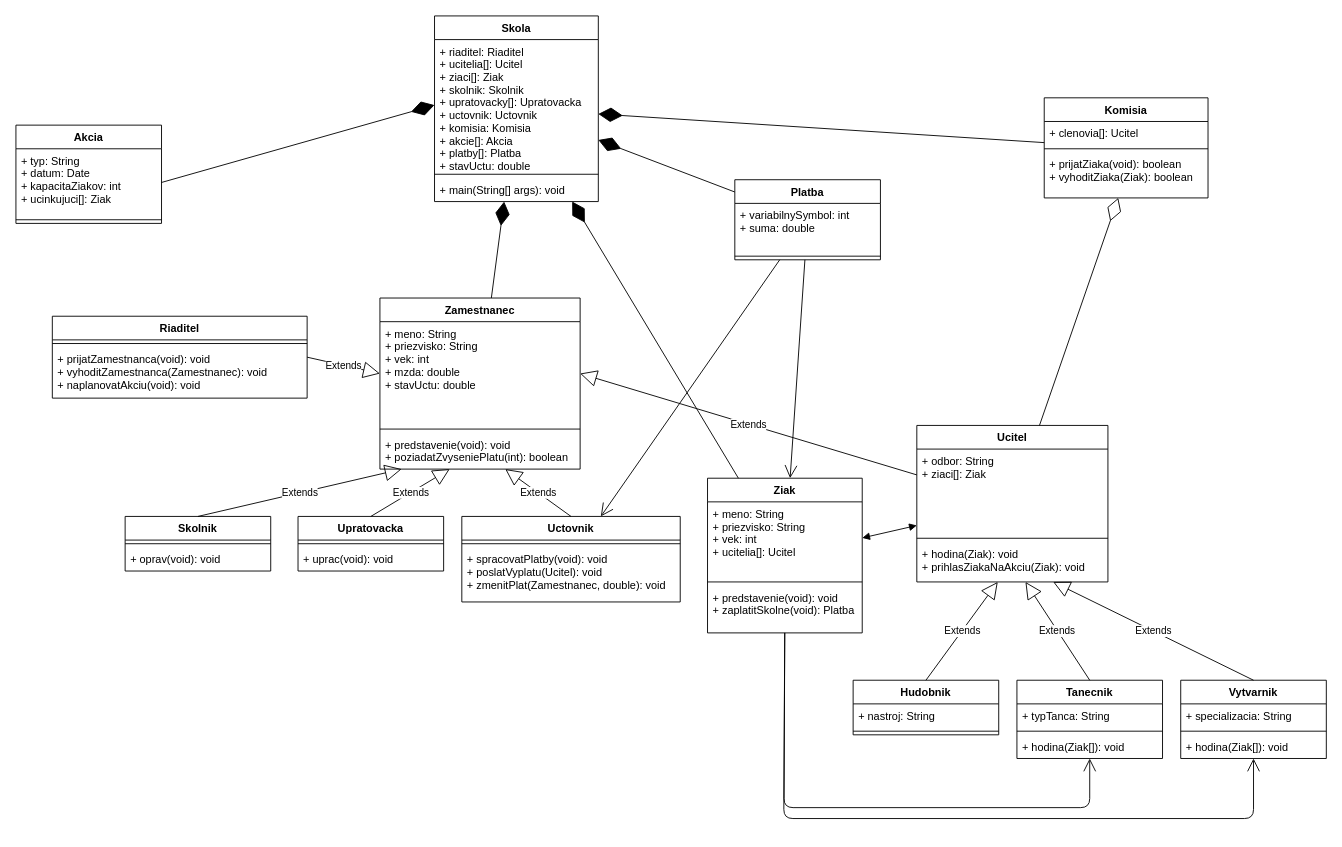
Earlier version of the draw.io diagram Untitled Diagram.drawio (okmada123/draw.io). Source tidied: cells renumbered, new cells numbered last; positions are measured from the earlier drawing's top-left corner, leaving out a move shared by most shapes. Both pictures are drawn from the tidied source at 91%, with x=0, y=0 at pixel (15, 15).
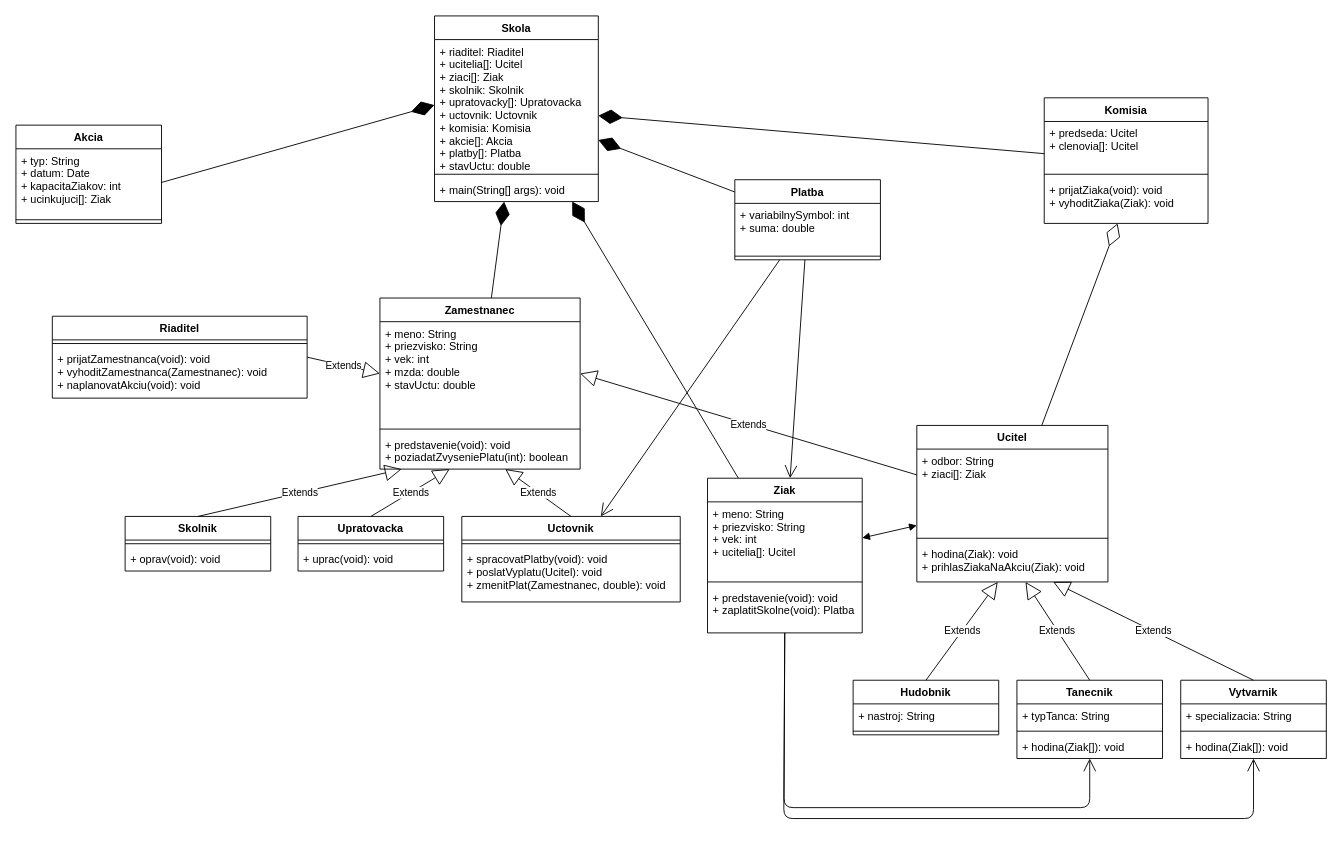
The same diagram, later.

The edit, as a diff of the source:
```diff
@@
     <mxCell id="35" value="Komisia" style="swimlane;fontStyle=1;align=center;verticalAlign=top;horizontal=1;startSize=26;" parent="1" vertex="1">
-      <mxGeometry x="1130" y="90" width="180" height="110" as="geometry" />
+      <mxGeometry x="1130" y="90" width="180" height="138" as="geometry" />
     </mxCell>
-    <mxCell id="36" value="+ clenovia[]: Ucitel" style="text;strokeColor=none;fillColor=none;align=left;verticalAlign=top;spacingLeft=4;spacingRight=4;overflow=hidden;" parent="35" vertex="1">
-      <mxGeometry y="26" width="180" height="26" as="geometry" />
+    <mxCell id="36" value="+ predseda: Ucitel&#10;+ clenovia[]: Ucitel" style="text;strokeColor=none;fillColor=none;align=left;verticalAlign=top;spacingLeft=4;spacingRight=4;overflow=hidden;" parent="35" vertex="1">
+      <mxGeometry y="26" width="180" height="54" as="geometry" />
     </mxCell>
     <mxCell id="37" style="line;strokeWidth=1;fillColor=none;align=left;verticalAlign=middle;spacingTop=-1;spacingLeft=3;spacingRight=3;labelPosition=right;" parent="35" vertex="1">
-      <mxGeometry y="52" width="180" height="8" as="geometry" />
+      <mxGeometry y="80" width="180" height="8" as="geometry" />
     </mxCell>
-    <mxCell id="38" value="+ prijatZiaka(void): boolean&#10;+ vyhoditZiaka(Ziak): boolean" style="text;strokeColor=none;fillColor=none;align=left;verticalAlign=top;spacingLeft=4;spacingRight=4;overflow=hidden;points=[[0,0.5],[1,0.5]];portConstraint=eastwest;" parent="35" vertex="1">
-      <mxGeometry y="60" width="180" height="50" as="geometry" />
+    <mxCell id="38" value="+ prijatZiaka(void): void&#10;+ vyhoditZiaka(Ziak): void" style="text;strokeColor=none;fillColor=none;align=left;verticalAlign=top;spacingLeft=4;spacingRight=4;overflow=hidden;points=[[0,0.5],[1,0.5]];portConstraint=eastwest;" parent="35" vertex="1">
+      <mxGeometry y="88" width="180" height="50" as="geometry" />
     </mxCell>
```
